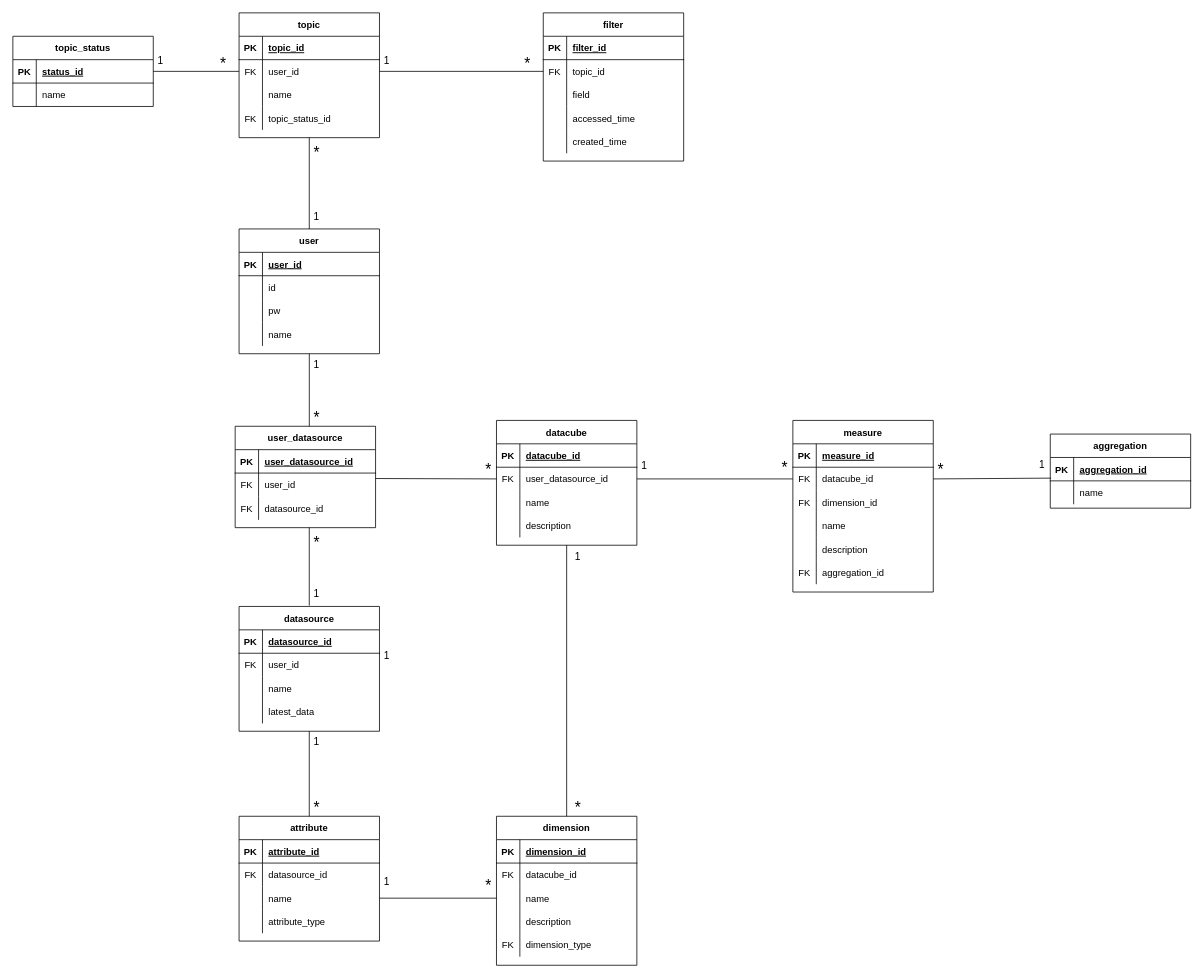
Before: fraud_detection/Untitled Diagram.drawio in Gummybearr/KTfiles, a draw.io diagram. Source tidied: cells renumbered, new cells numbered last; positions are measured from the earlier drawing's top-left corner, leaving out a move shared by most shapes. Both pictures are drawn from the tidied source at 78%, with x=0, y=0 at pixel (12, 12).
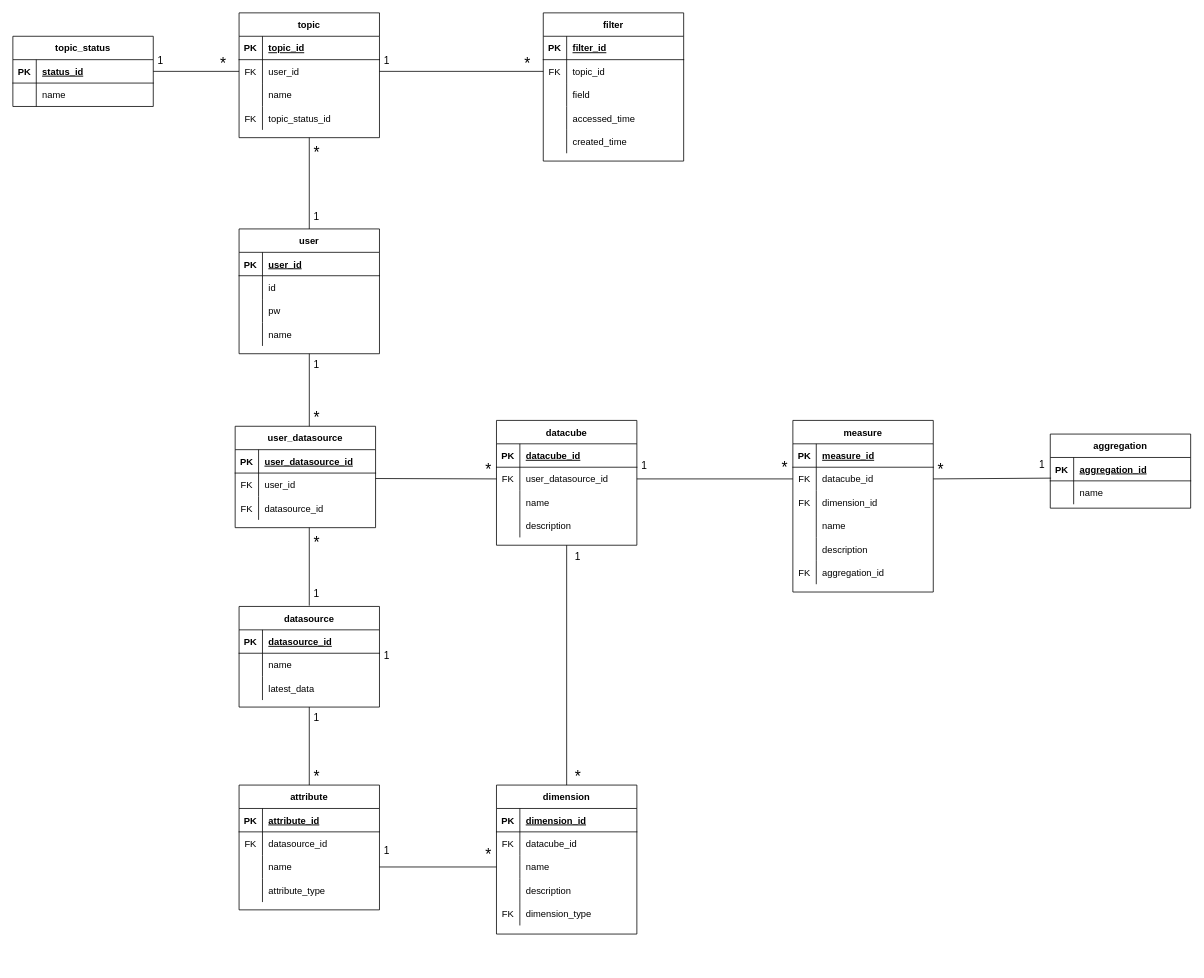
After the change.

Diff of the diagram source:
```diff
@@
     <mxCell id="55" value="datasource" style="shape=table;startSize=30;childLayout=tableLayout;rowLines=0;fontStyle=1;align=center;" parent="1" vertex="1">
-      <mxGeometry x="290" y="761" width="180" height="160" as="geometry" />
+      <mxGeometry x="290" y="761" width="180" height="129" as="geometry" />
     </mxCell>
@@
-    <mxCell id="59" style="shape=partialRectangle;fillColor=none;top=0;left=0;bottom=0;right=0;" parent="55" vertex="1">
-      <mxGeometry y="60" width="180" height="30" as="geometry" />
-    </mxCell>
-    <mxCell id="60" value="FK" style="shape=partialRectangle;fillColor=none;top=0;left=0;bottom=0;right=0;overflow=hidden;" parent="59" vertex="1">
-      <mxGeometry width="30" height="30" as="geometry" />
-    </mxCell>
-    <mxCell id="61" value="user_id" style="shape=partialRectangle;fillColor=none;top=0;left=0;bottom=0;right=0;align=left;spacingLeft=6;overflow=hidden;" parent="59" vertex="1">
-      <mxGeometry x="30" width="150" height="30" as="geometry" />
-    </mxCell>
     <mxCell id="62" style="shape=partialRectangle;fillColor=none;top=0;left=0;bottom=0;right=0;" parent="55" vertex="1">
-      <mxGeometry y="90" width="180" height="30" as="geometry" />
+      <mxGeometry y="60" width="180" height="30" as="geometry" />
     </mxCell>
@@
     <mxCell id="65" style="shape=partialRectangle;fillColor=none;top=0;left=0;bottom=0;right=0;" parent="55" vertex="1">
-      <mxGeometry y="120" width="180" height="30" as="geometry" />
+      <mxGeometry y="90" width="180" height="30" as="geometry" />
     </mxCell>
@@
     <mxCell id="81" value="attribute" style="shape=table;startSize=30;childLayout=tableLayout;rowLines=0;fontStyle=1;align=center;" parent="1" vertex="1">
-      <mxGeometry x="290" y="1030" width="180" height="160" as="geometry" />
+      <mxGeometry x="290" y="990" width="180" height="160" as="geometry" />
     </mxCell>
@@
     <mxCell id="95" value="dimension" style="shape=table;startSize=30;childLayout=tableLayout;rowLines=0;fontStyle=1;align=center;" parent="1" vertex="1">
-      <mxGeometry x="620" y="1030" width="180" height="191" as="geometry" />
+      <mxGeometry x="620" y="990" width="180" height="191" as="geometry" />
     </mxCell>
@@
     <mxCell id="134" value="*" style="text;strokeColor=none;fillColor=none;spacingLeft=4;spacingRight=4;overflow=hidden;fontSize=20;" parent="1" vertex="1">
-      <mxGeometry x="380" y="1000" width="20" height="30" as="geometry" />
+      <mxGeometry x="380" y="960" width="20" height="30" as="geometry" />
     </mxCell>
@@
     <mxCell id="136" value="*" style="text;strokeColor=none;fillColor=none;spacingLeft=4;spacingRight=4;overflow=hidden;fontSize=20;" parent="1" vertex="1">
-      <mxGeometry x="715" y="1000" width="20" height="30" as="geometry" />
+      <mxGeometry x="715" y="960" width="20" height="30" as="geometry" />
     </mxCell>
@@
     <mxCell id="152" value="1" style="text;strokeColor=none;fillColor=none;spacingLeft=4;spacingRight=4;overflow=hidden;fontSize=13;" parent="1" vertex="1">
-      <mxGeometry x="380" y="920" width="20" height="30" as="geometry" />
+      <mxGeometry x="380" y="890" width="20" height="30" as="geometry" />
     </mxCell>
@@
     <mxCell id="173" value="1" style="text;strokeColor=none;fillColor=none;spacingLeft=4;spacingRight=4;overflow=hidden;fontSize=13;" parent="1" vertex="1">
-      <mxGeometry x="470" y="1100" width="20" height="30" as="geometry" />
+      <mxGeometry x="470" y="1060" width="20" height="30" as="geometry" />
     </mxCell>
     <mxCell id="174" value="*" style="text;strokeColor=none;fillColor=none;spacingLeft=4;spacingRight=4;overflow=hidden;fontSize=20;" parent="1" vertex="1">
-      <mxGeometry x="600" y="1100" width="20" height="30" as="geometry" />
+      <mxGeometry x="600" y="1060" width="20" height="30" as="geometry" />
     </mxCell>
```
